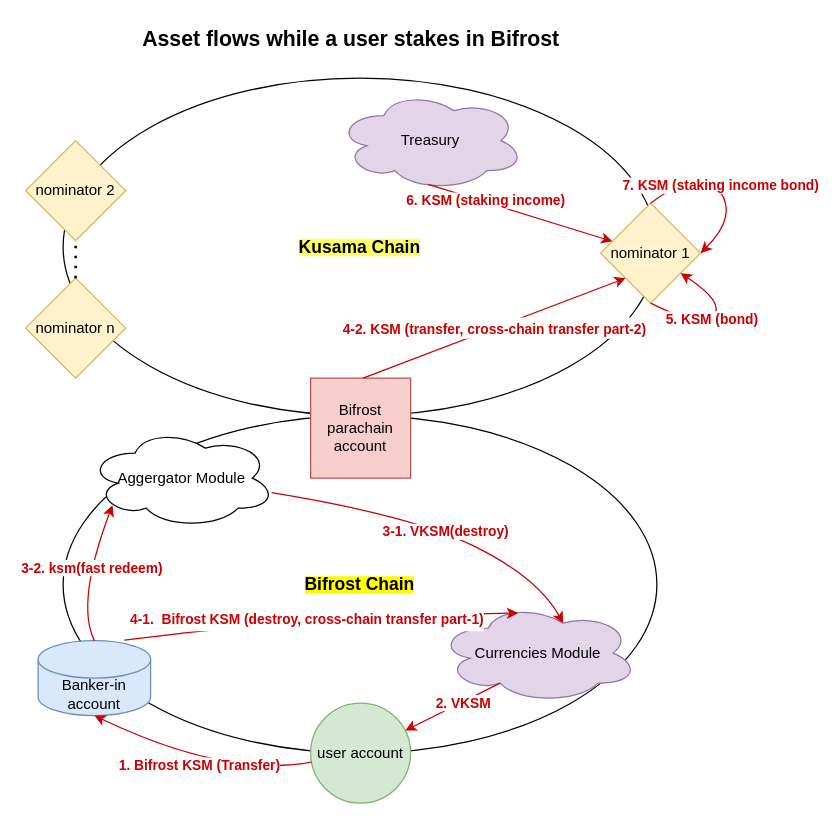
Above: Untitled Diagram.drawio in herryho/flowchars (draw.io), before the change. Source tidied: cells renumbered, new cells numbered last; positions are measured from the earlier drawing's top-left corner, leaving out a move shared by most shapes. Both pictures are drawn from the tidied source at 125%, with x=0, y=0 at pixel (25, 21).
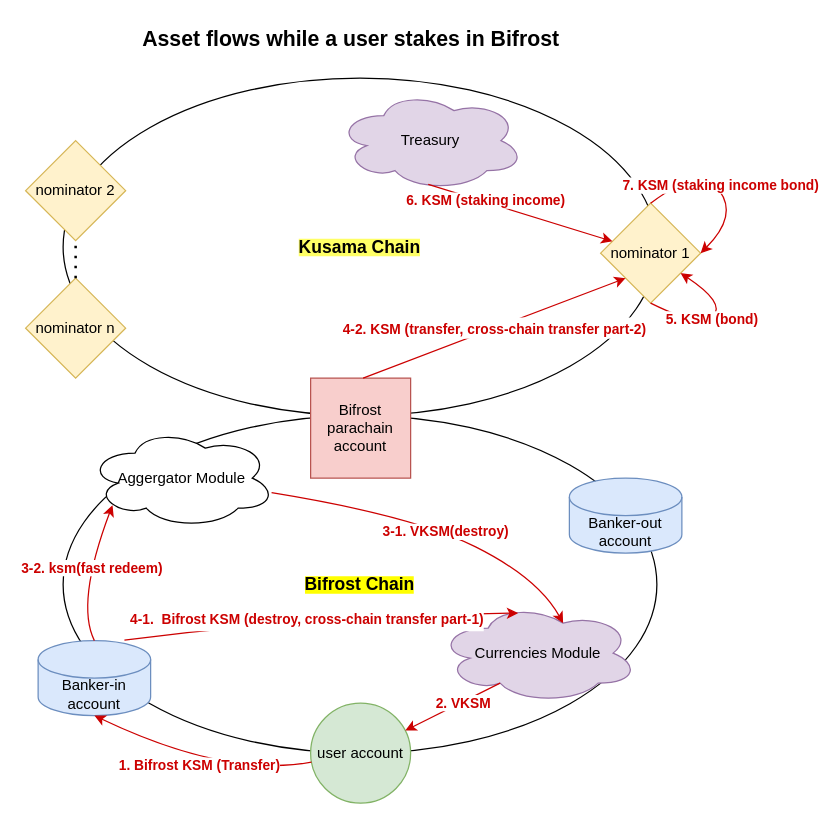
Above is the later version.

Change to the diagram source:
```diff
@@
+    <mxCell id="31" value="Banker-out account" style="shape=cylinder3;whiteSpace=wrap;html=1;boundedLbl=1;backgroundOutline=1;size=15;fillColor=#dae8fc;strokeColor=#6c8ebf;" parent="1" vertex="1">
+      <mxGeometry x="435" y="365" width="90" height="60" as="geometry" />
+    </mxCell>
```
